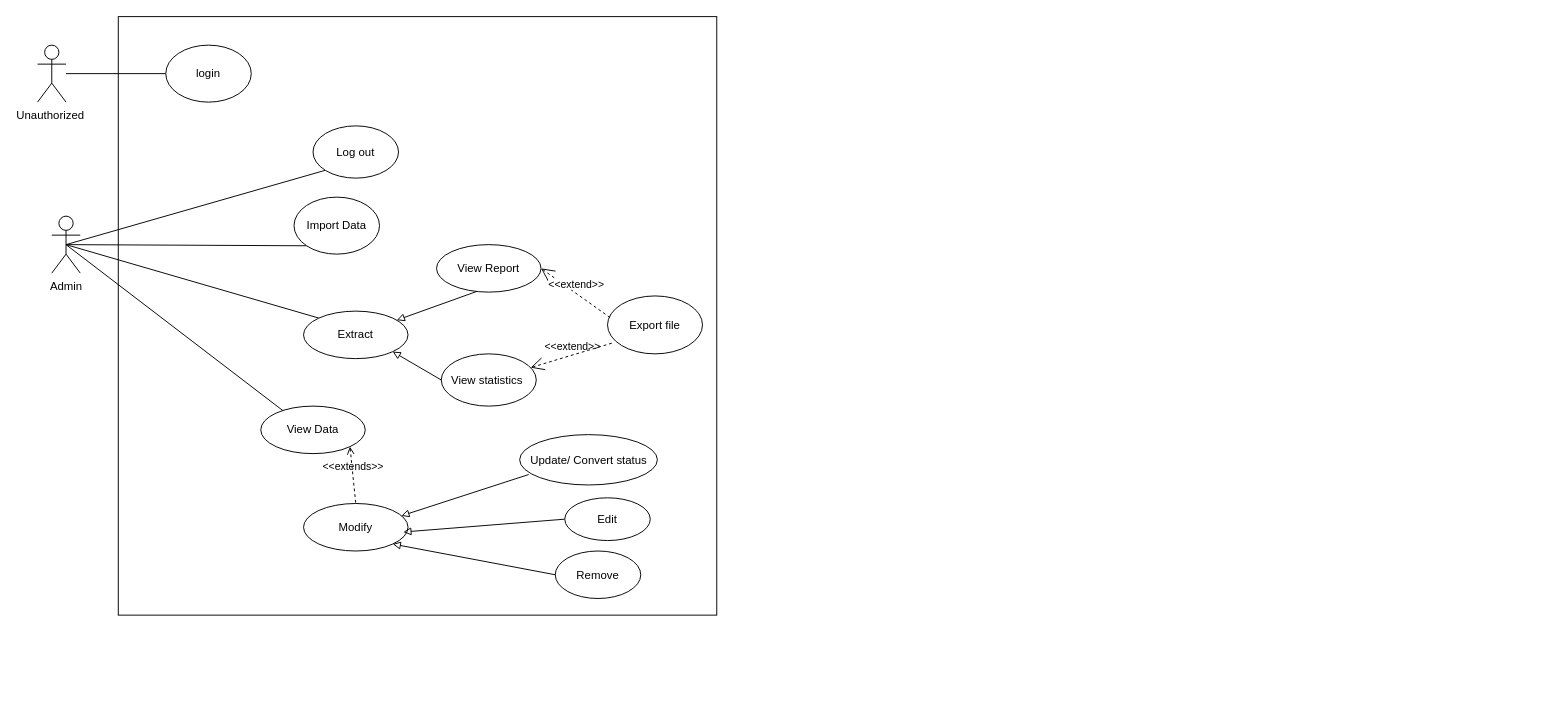
This is use-case-diagram-ojt.drawio from khanh1998/test_git, a draw.io file, before an edit. Source tidied: cells renumbered, new cells numbered last; positions are measured from the earlier drawing's top-left corner, leaving out a move shared by most shapes. Both pictures are drawn from the tidied source at 95%, with x=0, y=0 at pixel (37, 16).
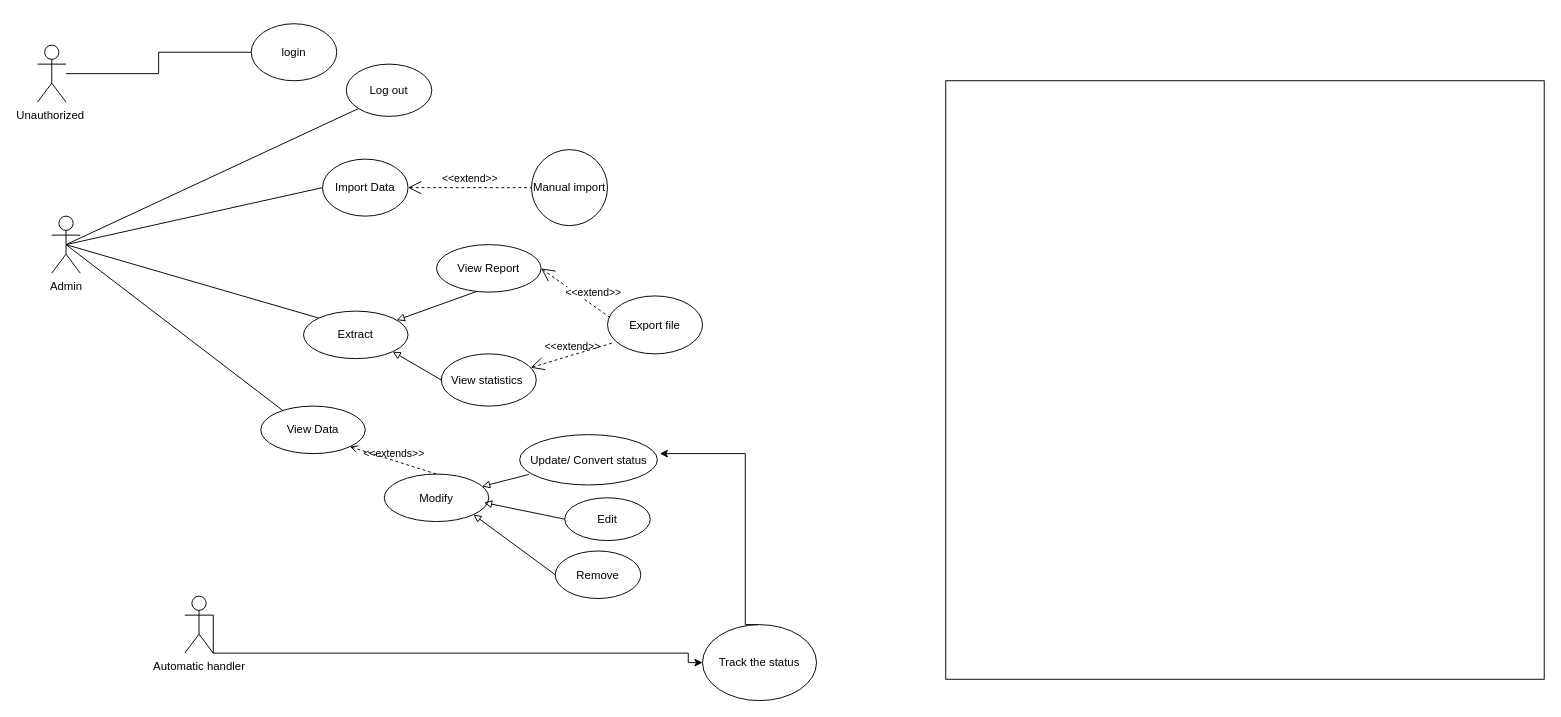
Above is the later version.

The change refers to these unchanged cells:
```xml
<mxCell id="8" value="Admin" style="shape=umlActor;verticalLabelPosition=bottom;labelBackgroundColor=#ffffff;verticalAlign=top;html=1;outlineConnect=0;" parent="1" vertex="1">
  <mxGeometry x="15" y="210" width="30" height="60" as="geometry" />
</mxCell>
<mxCell id="15" value="View Report" style="ellipse;whiteSpace=wrap;html=1;" parent="1" vertex="1">
  <mxGeometry x="420" y="240" width="110" height="50" as="geometry" />
</mxCell>
<mxCell id="18" value="Export file" style="ellipse;whiteSpace=wrap;html=1;" parent="1" vertex="1">
  <mxGeometry x="600" y="294" width="100" height="61" as="geometry" />
</mxCell>
<mxCell id="28" value="View Data" style="ellipse;whiteSpace=wrap;html=1;" parent="1" vertex="1">
  <mxGeometry x="235" y="410" width="110" height="50" as="geometry" />
</mxCell>
```

Diff of the diagram source:
```diff
@@
     <mxCell id="2" style="whiteSpace=wrap;html=1;" parent="1" vertex="1">
-      <mxGeometry x="85" width="630" height="630" as="geometry" />
+      <mxGeometry x="956" y="67.5" width="630" height="630" as="geometry" />
     </mxCell>
@@
     <mxCell id="5" value="login" style="ellipse;whiteSpace=wrap;html=1;" parent="1" vertex="1">
-      <mxGeometry x="135" y="30" width="90" height="60" as="geometry" />
+      <mxGeometry x="225" y="7.5" width="90" height="60" as="geometry" />
     </mxCell>
-    <mxCell id="6" style="rounded=0;jettySize=auto;html=1;exitX=0.5;exitY=0.5;exitDx=0;exitDy=0;exitPerimeter=0;entryX=0;entryY=1;entryDx=0;entryDy=0;endArrow=none;endFill=0;" parent="1" edge="1" source="8" target="11">
+    <mxCell id="6" style="rounded=0;jettySize=auto;html=1;exitX=0.5;exitY=0.5;exitDx=0;exitDy=0;exitPerimeter=0;entryX=0;entryY=0.5;entryDx=0;entryDy=0;endArrow=none;endFill=0;" parent="1" edge="1" source="8" target="11">
       <mxGeometry relative="1" as="geometry" />
     </mxCell>
@@
     <mxCell id="10" value="Log out" style="ellipse;whiteSpace=wrap;html=1;" parent="1" vertex="1">
-      <mxGeometry x="290" y="115" width="90" height="55" as="geometry" />
+      <mxGeometry x="325" y="50" width="90" height="55" as="geometry" />
     </mxCell>
     <mxCell id="11" value="Import Data" style="ellipse;whiteSpace=wrap;html=1;" parent="1" vertex="1">
-      <mxGeometry x="270" y="190" width="90" height="60" as="geometry" />
+      <mxGeometry x="300" y="150" width="90" height="60" as="geometry" />
     </mxCell>
@@
     <mxCell id="19" value="&lt;span style=&quot;background-color: rgb(255 , 255 , 255)&quot;&gt;&amp;lt;&amp;lt;extend&amp;gt;&amp;gt;&lt;/span&gt;" style="edgeStyle=none;html=1;startArrow=open;endArrow=none;startSize=12;verticalAlign=bottom;dashed=1;labelBackgroundColor=none;exitX=1;exitY=0.5;exitDx=0;exitDy=0;entryX=0.03;entryY=0.377;entryDx=0;entryDy=0;entryPerimeter=0;" parent="1" edge="1" source="15" target="18">
-      <mxGeometry relative="1" as="geometry" />
+      <mxGeometry x="0.45" y="3" relative="1" as="geometry" />
     </mxCell>
@@
     <mxCell id="21" value="Modify" style="ellipse;whiteSpace=wrap;html=1;" parent="1" vertex="1">
-      <mxGeometry x="280" y="512.5" width="110" height="50" as="geometry" />
+      <mxGeometry x="365" y="481.5" width="110" height="50" as="geometry" />
     </mxCell>
@@
     <mxCell id="29" value="&amp;lt;&amp;lt;extends&amp;gt;&amp;gt;" style="edgeStyle=none;html=1;endArrow=none;verticalAlign=bottom;labelBackgroundColor=none;entryX=0.5;entryY=0;entryDx=0;entryDy=0;exitX=1;exitY=1;exitDx=0;exitDy=0;startArrow=open;startFill=0;endFill=0;dashed=1;" parent="1" edge="1" source="28" target="21">
-      <mxGeometry relative="1" as="geometry" />
+      <mxGeometry x="0.03" y="-2" relative="1" as="geometry" />
     </mxCell>
+    <mxCell id="30" value="Manual import&lt;br&gt;" style="ellipse;whiteSpace=wrap;html=1;" parent="1" vertex="1">
+      <mxGeometry x="520" y="140" width="80" height="80" as="geometry" />
+    </mxCell>
+    <mxCell id="31" value="&lt;span style=&quot;background-color: rgb(255 , 255 , 255)&quot;&gt;&amp;lt;&amp;lt;extend&amp;gt;&amp;gt;&lt;/span&gt;" style="edgeStyle=none;html=1;startArrow=open;endArrow=none;startSize=12;verticalAlign=bottom;dashed=1;labelBackgroundColor=none;exitX=1;exitY=0.5;exitDx=0;exitDy=0;entryX=0;entryY=0.5;entryDx=0;entryDy=0;" parent="1" edge="1" source="11" target="30">
+      <mxGeometry relative="1" as="geometry" />
+    </mxCell>
+    <mxCell id="32" style="edgeStyle=orthogonalEdgeStyle;rounded=0;jettySize=auto;html=1;exitX=0.5;exitY=0;exitDx=0;exitDy=0;" parent="1" edge="1" source="33">
+      <mxGeometry relative="1" as="geometry">
+        <mxPoint x="655" y="460" as="targetPoint" />
+        <Array as="points">
+          <mxPoint x="745" y="460" />
+        </Array>
+      </mxGeometry>
+    </mxCell>
+    <mxCell id="33" value="Track the status" style="ellipse;whiteSpace=wrap;html=1;" parent="1" vertex="1">
+      <mxGeometry x="700" y="640" width="120" height="80" as="geometry" />
+    </mxCell>
+    <mxCell id="34" style="edgeStyle=orthogonalEdgeStyle;rounded=0;jettySize=auto;html=1;exitX=1;exitY=0.3333333333333333;exitDx=0;exitDy=0;exitPerimeter=0;entryX=0;entryY=0.5;entryDx=0;entryDy=0;" parent="1" edge="1" source="35" target="33">
+      <mxGeometry relative="1" as="geometry">
+        <Array as="points">
+          <mxPoint x="185" y="670" />
+          <mxPoint x="685" y="670" />
+        </Array>
+      </mxGeometry>
+    </mxCell>
+    <mxCell id="35" value="Automatic handler" style="shape=umlActor;verticalLabelPosition=bottom;labelBackgroundColor=#ffffff;verticalAlign=top;html=1;outlineConnect=0;" parent="1" vertex="1">
+      <mxGeometry x="155" y="610" width="30" height="60" as="geometry" />
+    </mxCell>
```
